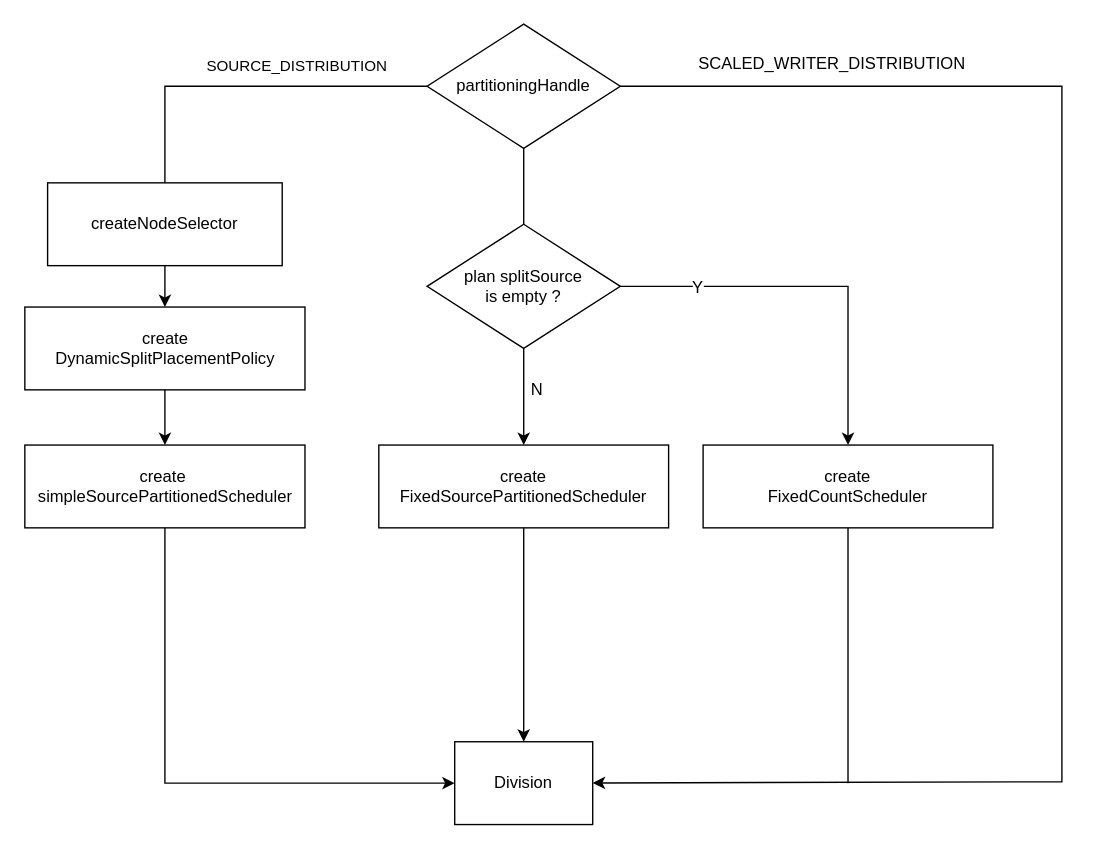
chuanjian666/drawio keeps this draw.io diagram as prestoSchedulerCreateStage.drawio. Above is the earlier version. Source tidied: cells renumbered, new cells numbered last; positions are measured from the earlier drawing's top-left corner, leaving out a move shared by most shapes. Both pictures are drawn from the tidied source at 138%, with x=0, y=0 at pixel (23, 23).
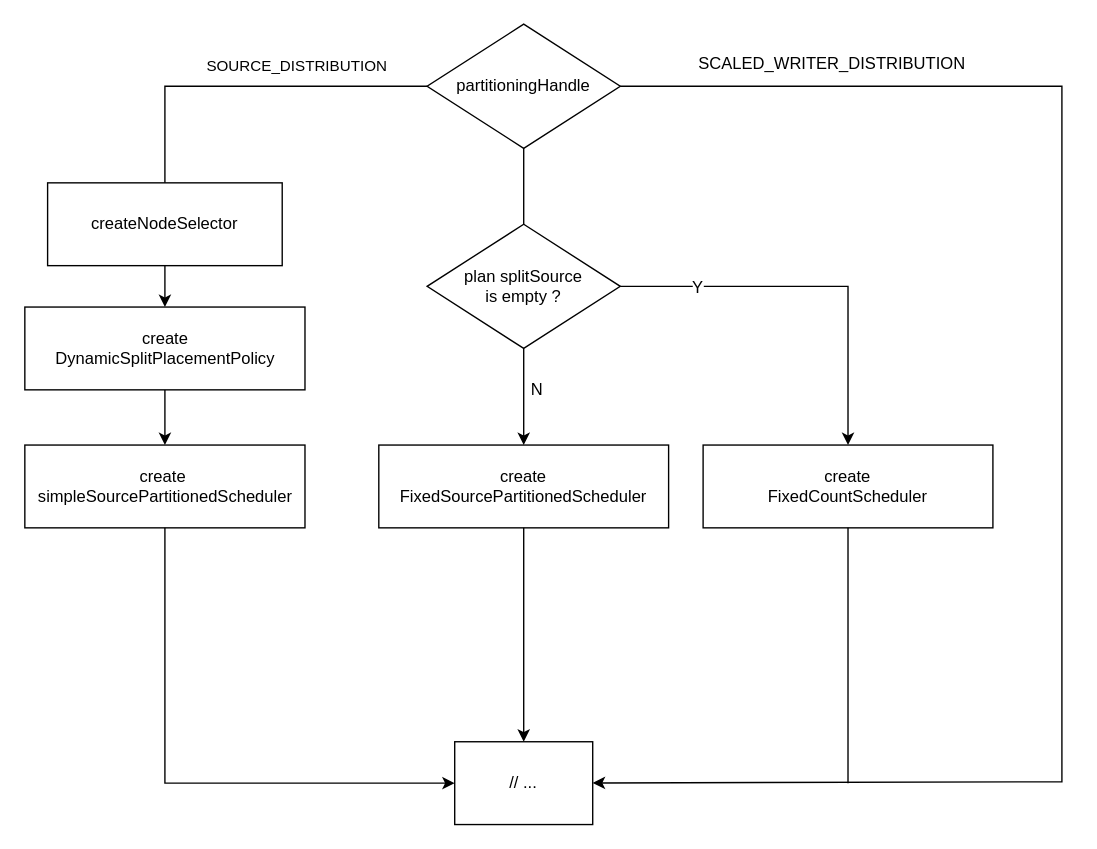
The same diagram, later.

Diff of the diagram source:
```diff
@@
-    <mxCell id="3" value="Division" style="whiteSpace=wrap;html=1;align=center;verticalAlign=middle;" parent="1" vertex="1">
+    <mxCell id="3" value="// ..." style="whiteSpace=wrap;html=1;align=center;verticalAlign=middle;" parent="1" vertex="1">
       <mxGeometry x="312" y="520" width="100" height="60" as="geometry" />
     </mxCell>
```
